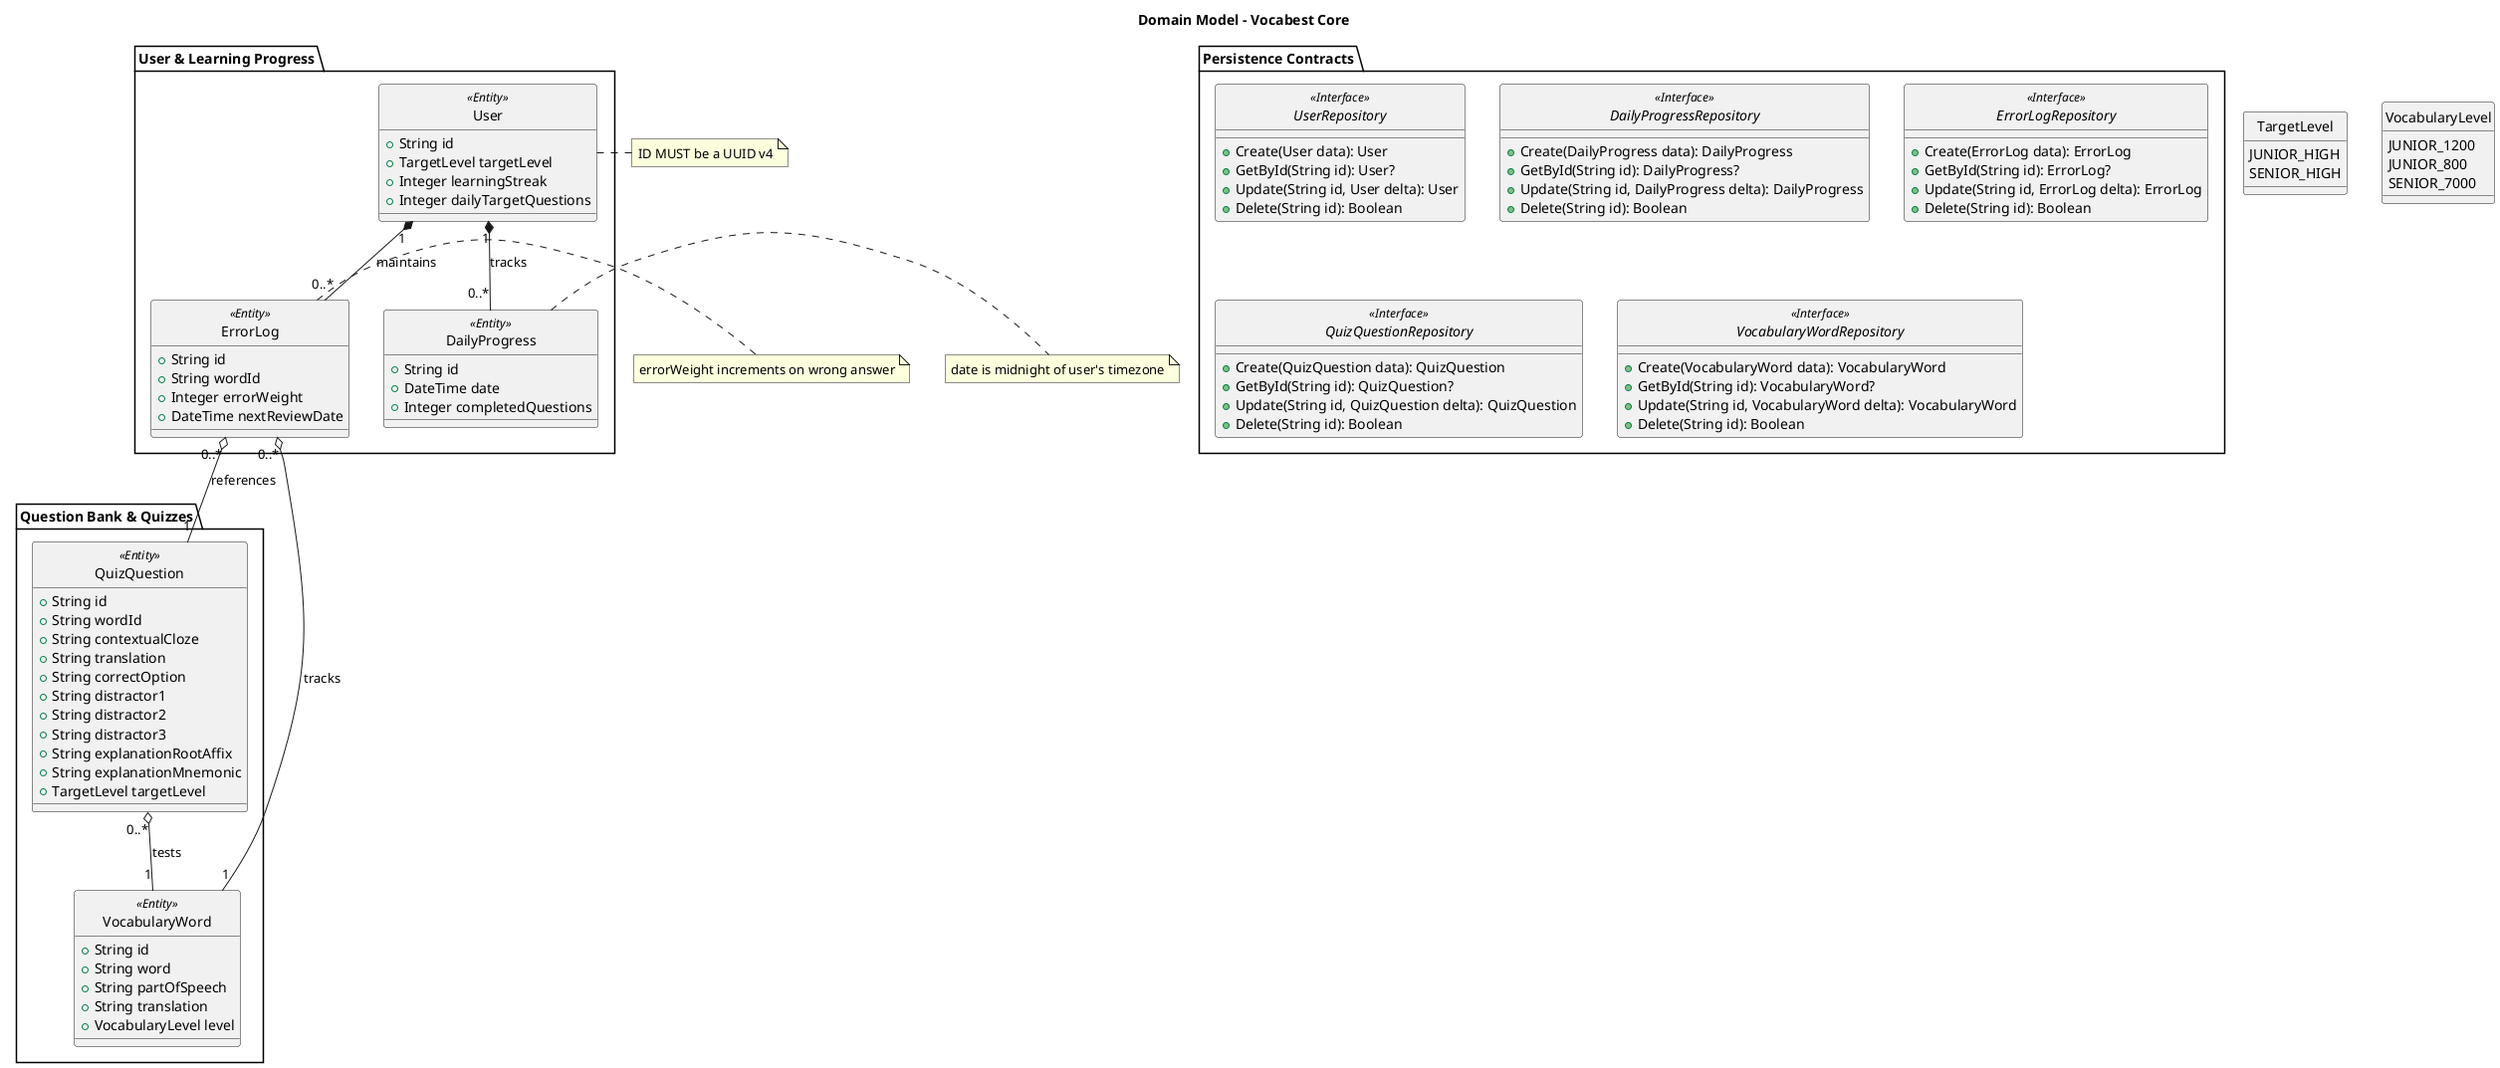
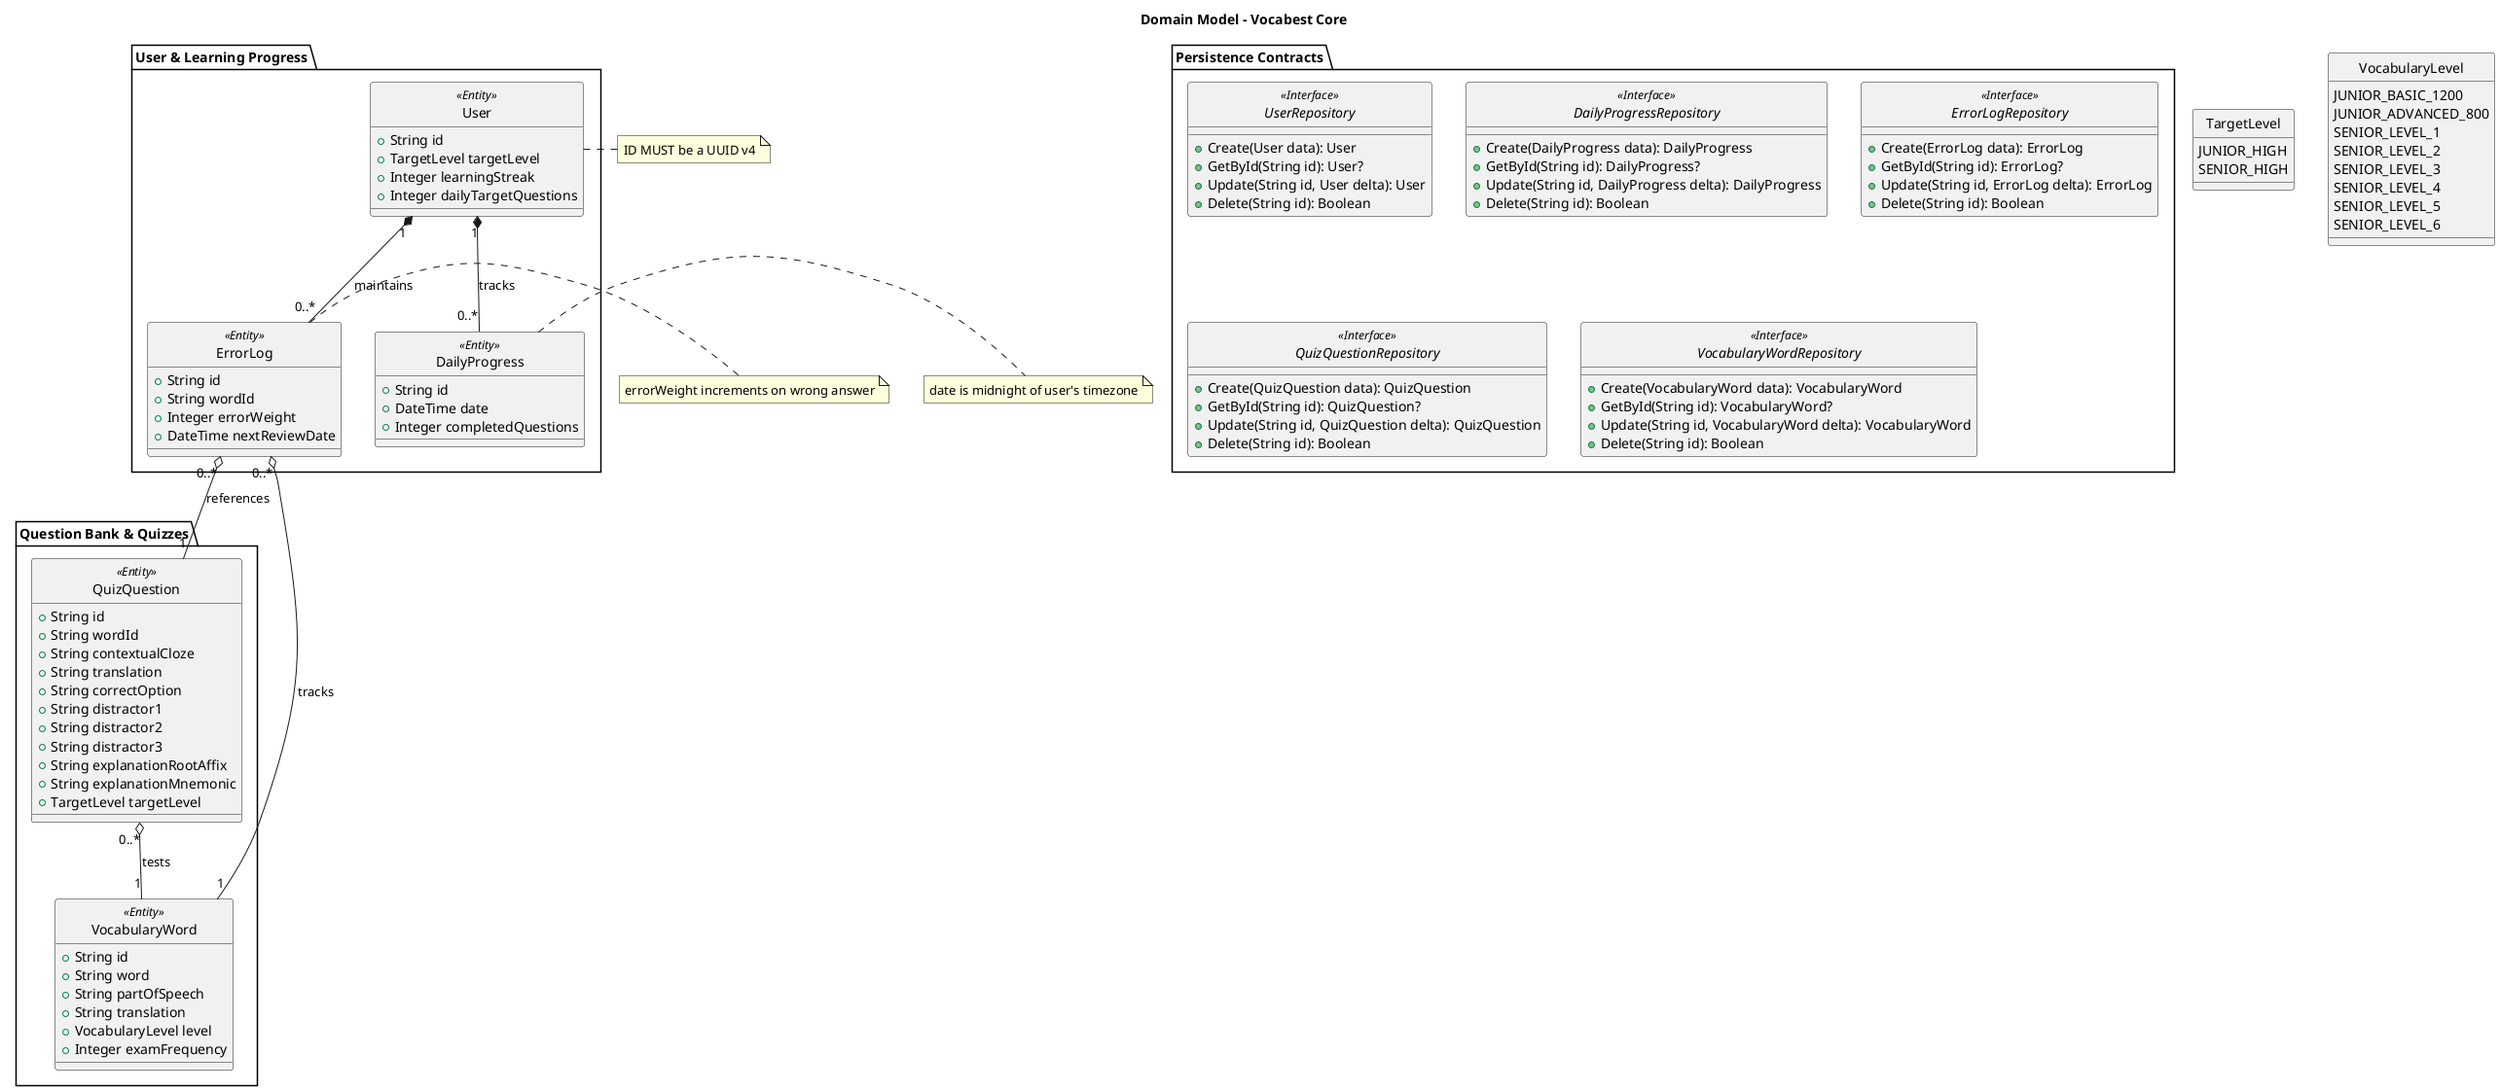
- @startuml
+ @startuml VocabestCoreDomainModel
skinparam style strictuml
title Domain Model - Vocabest Core

package "User & Learning Progress" {
    class User <<Entity>> {
        +String id
        +TargetLevel targetLevel
        +Integer learningStreak
        +Integer dailyTargetQuestions
    }

    class DailyProgress <<Entity>> {
        +String id
        +DateTime date
        +Integer completedQuestions
    }

    class ErrorLog <<Entity>> {
        +String id
        +String wordId
        +Integer errorWeight
        +DateTime nextReviewDate
    }
}

package "Question Bank & Quizzes" {
    class VocabularyWord <<Entity>> {
        +String id
        +String word
        +String partOfSpeech
        +String translation
        +VocabularyLevel level
+         +Integer examFrequency
    }

    class QuizQuestion <<Entity>> {
        +String id
        +String wordId
        +String contextualCloze
        +String translation
        +String correctOption
        +String distractor1
        +String distractor2
        +String distractor3
        +String explanationRootAffix
        +String explanationMnemonic
        +TargetLevel targetLevel
    }
}

package "Persistence Contracts" {
    interface UserRepository <<Interface>> {
        +Create(User data): User
        +GetById(String id): User?
        +Update(String id, User delta): User
        +Delete(String id): Boolean
    }

    interface DailyProgressRepository <<Interface>> {
        +Create(DailyProgress data): DailyProgress
        +GetById(String id): DailyProgress?
        +Update(String id, DailyProgress delta): DailyProgress
        +Delete(String id): Boolean
    }

    interface ErrorLogRepository <<Interface>> {
        +Create(ErrorLog data): ErrorLog
        +GetById(String id): ErrorLog?
        +Update(String id, ErrorLog delta): ErrorLog
        +Delete(String id): Boolean
    }

    interface QuizQuestionRepository <<Interface>> {
        +Create(QuizQuestion data): QuizQuestion
        +GetById(String id): QuizQuestion?
        +Update(String id, QuizQuestion delta): QuizQuestion
        +Delete(String id): Boolean
    }

    interface VocabularyWordRepository <<Interface>> {
        +Create(VocabularyWord data): VocabularyWord
        +GetById(String id): VocabularyWord?
        +Update(String id, VocabularyWord delta): VocabularyWord
        +Delete(String id): Boolean
    }
}

' Relationships
User "1" *-- "0..*" DailyProgress : "tracks"
User "1" *-- "0..*" ErrorLog : "maintains"
ErrorLog "0..*" o-- "1" QuizQuestion : "references"
QuizQuestion "0..*" o-- "1" VocabularyWord : "tests"
ErrorLog "0..*" o-- "1" VocabularyWord : "tracks"

enum TargetLevel {
    JUNIOR_HIGH
    SENIOR_HIGH
}

enum VocabularyLevel {
-     JUNIOR_1200
-     JUNIOR_800
-     SENIOR_7000
+     JUNIOR_BASIC_1200
+     JUNIOR_ADVANCED_800
+     SENIOR_LEVEL_1
+     SENIOR_LEVEL_2
+     SENIOR_LEVEL_3
+     SENIOR_LEVEL_4
+     SENIOR_LEVEL_5
+     SENIOR_LEVEL_6
}

note right of User : ID MUST be a UUID v4
note right of ErrorLog : errorWeight increments on wrong answer
note right of DailyProgress : date is midnight of user's timezone
@enduml
